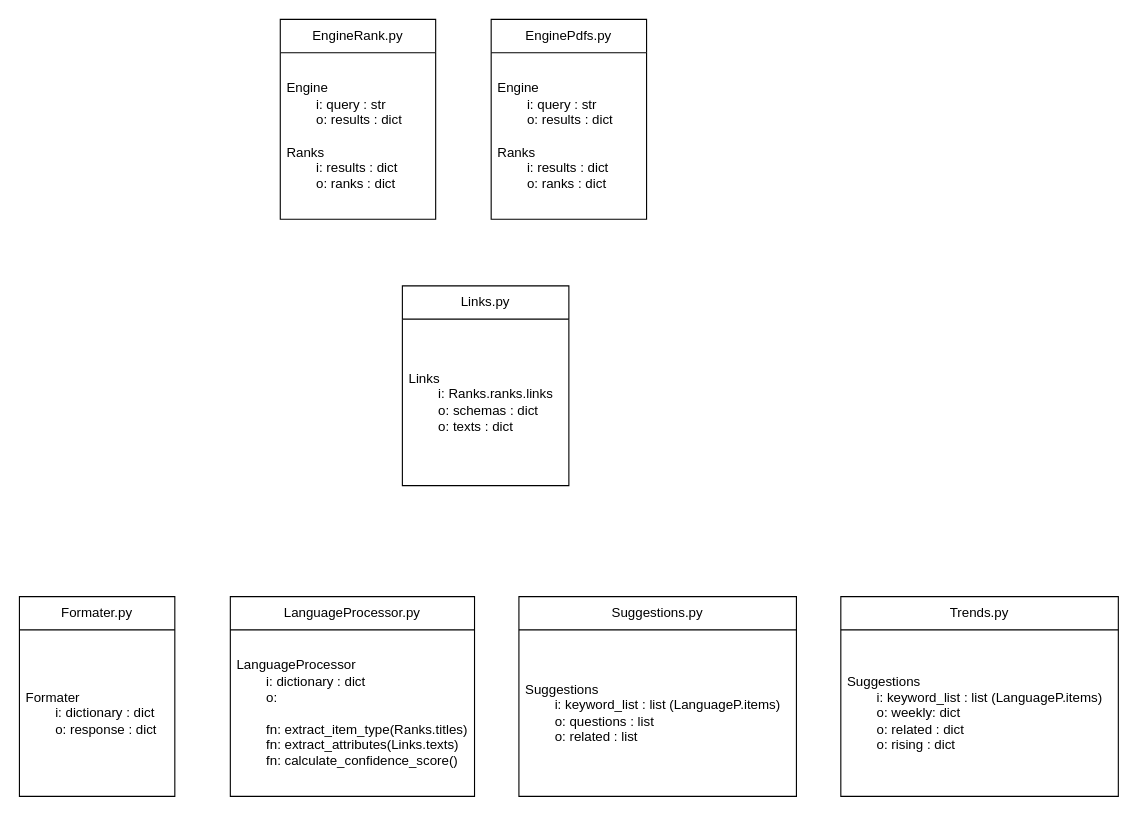
Earlier version of the draw.io diagram docs/Produkter-v1.drawio (VanAltrades/produkter). Source tidied: cells renumbered, new cells numbered last; positions are measured from the earlier drawing's top-left corner, leaving out a move shared by most shapes. Both pictures are drawn from the tidied source at 111%, with x=0, y=0 at pixel (19, 19).
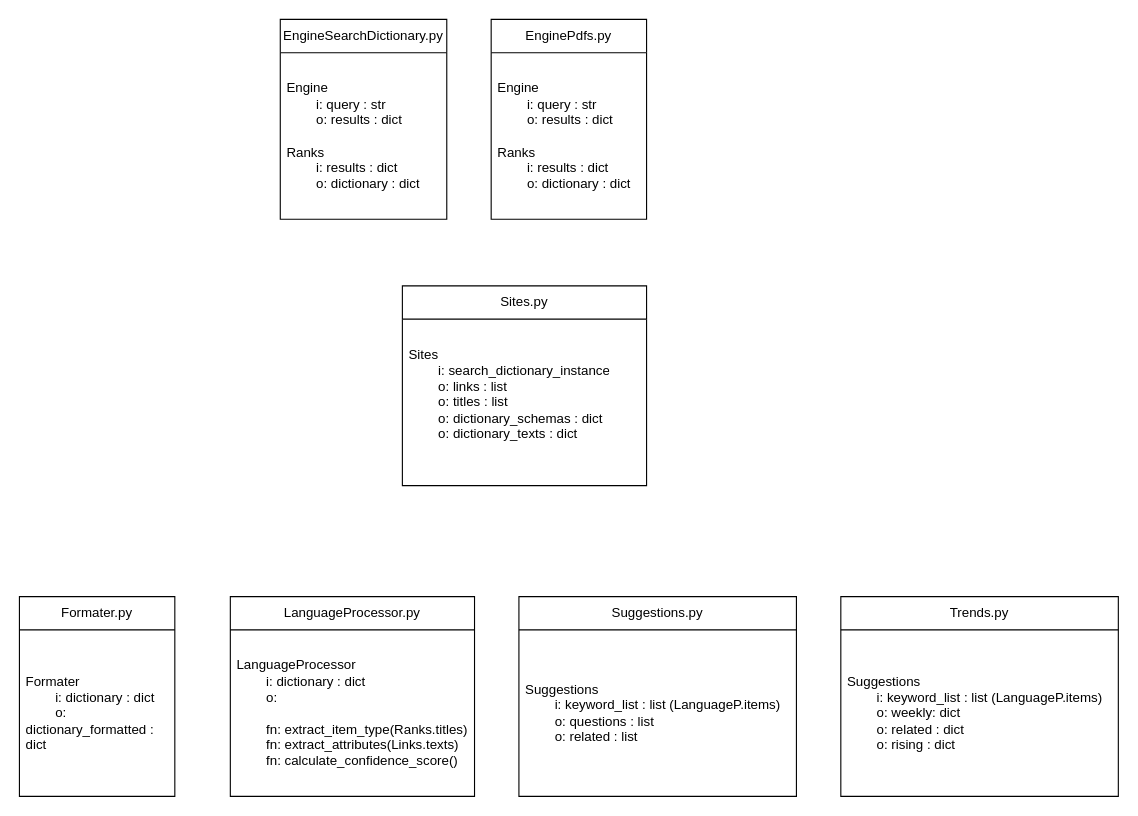
After the change.

What changed in the source:
```diff
@@
 <mxGraphModel>
   <root>
     <mxCell id="0" />
     <mxCell id="1" parent="0" />
-    <mxCell id="2" value="EngineRank.py" style="swimlane;fontStyle=0;horizontal=1;startSize=30;whiteSpace=wrap;html=1;" parent="1" vertex="1">
-      <mxGeometry x="235" width="140" height="180" as="geometry" />
+    <mxCell id="2" value="EngineSearchDictionary.py" style="swimlane;fontStyle=0;horizontal=1;startSize=30;whiteSpace=wrap;html=1;" parent="1" vertex="1">
+      <mxGeometry x="235" width="150" height="180" as="geometry" />
     </mxCell>
-    <mxCell id="3" value="Engine&lt;br&gt;&lt;span style=&quot;white-space: pre;&quot;&gt;&#9;&lt;/span&gt;i: query : str&lt;br&gt;&lt;span style=&quot;white-space: pre;&quot;&gt;&#9;&lt;/span&gt;o: results : dict&lt;br&gt;&lt;br&gt;Ranks&lt;br&gt;&lt;span style=&quot;white-space: pre;&quot;&gt;&#9;&lt;/span&gt;i: results : dict&lt;br&gt;&lt;span style=&quot;white-space: pre;&quot;&gt;&#9;&lt;/span&gt;o: ranks : dict" style="text;strokeColor=none;fillColor=none;align=left;verticalAlign=middle;spacingLeft=4;spacingRight=4;overflow=hidden;whiteSpace=wrap;html=1;" parent="2" vertex="1">
-      <mxGeometry y="30" width="140" height="150" as="geometry" />
+    <mxCell id="3" value="Engine&lt;br&gt;&lt;span style=&quot;white-space: pre;&quot;&gt;&#9;&lt;/span&gt;i: query : str&lt;br&gt;&lt;span style=&quot;white-space: pre;&quot;&gt;&#9;&lt;/span&gt;o: results : dict&lt;br&gt;&lt;br&gt;Ranks&lt;br&gt;&lt;span style=&quot;white-space: pre;&quot;&gt;&#9;&lt;/span&gt;i: results : dict&lt;br&gt;&lt;span style=&quot;white-space: pre;&quot;&gt;&#9;&lt;/span&gt;o: dictionary : dict" style="text;strokeColor=none;fillColor=none;align=left;verticalAlign=middle;spacingLeft=4;spacingRight=4;overflow=hidden;whiteSpace=wrap;html=1;" parent="2" vertex="1">
+      <mxGeometry y="30" width="150" height="150" as="geometry" />
     </mxCell>
-    <mxCell id="4" value="Links.py" style="swimlane;fontStyle=0;horizontal=1;startSize=30;whiteSpace=wrap;html=1;" parent="1" vertex="1">
-      <mxGeometry x="345" y="240" width="150" height="180" as="geometry" />
+    <mxCell id="4" value="Sites.py" style="swimlane;fontStyle=0;horizontal=1;startSize=30;whiteSpace=wrap;html=1;" parent="1" vertex="1">
+      <mxGeometry x="345" y="240" width="220" height="180" as="geometry" />
     </mxCell>
-    <mxCell id="5" value="Links&lt;br&gt;&lt;span style=&quot;white-space: pre;&quot;&gt;&#9;&lt;/span&gt;i: Ranks.ranks.links&lt;br&gt;&lt;span style=&quot;white-space: pre;&quot;&gt;&#9;&lt;/span&gt;o: schemas : dict&lt;br&gt;&lt;span style=&quot;white-space: pre;&quot;&gt;&#9;&lt;/span&gt;o: texts : dict" style="text;strokeColor=none;fillColor=none;align=left;verticalAlign=middle;spacingLeft=4;spacingRight=4;overflow=hidden;whiteSpace=wrap;html=1;" parent="4" vertex="1">
-      <mxGeometry y="30" width="150" height="150" as="geometry" />
+    <mxCell id="5" value="Sites&lt;br&gt;&lt;span style=&quot;white-space: pre;&quot;&gt;&#9;&lt;/span&gt;i: search_dictionary_instance&lt;br&gt;&lt;span style=&quot;white-space: pre;&quot;&gt;&#9;&lt;/span&gt;o: links : list&lt;br&gt;&lt;span style=&quot;white-space: pre;&quot;&gt;&#9;&lt;/span&gt;o: titles : list&lt;br&gt;&lt;span style=&quot;white-space: pre;&quot;&gt;&#9;&lt;/span&gt;o: dictionary_schemas : dict&lt;br&gt;&lt;span style=&quot;white-space: pre;&quot;&gt;&#9;&lt;/span&gt;o: dictionary_texts : dict&lt;br&gt;&lt;span style=&quot;white-space: pre;&quot;&gt;&#9;&lt;/span&gt;" style="text;strokeColor=none;fillColor=none;align=left;verticalAlign=middle;spacingLeft=4;spacingRight=4;overflow=hidden;whiteSpace=wrap;html=1;" parent="4" vertex="1">
+      <mxGeometry y="30" width="220" height="150" as="geometry" />
     </mxCell>
     <mxCell id="6" value="Formater.py" style="swimlane;fontStyle=0;horizontal=1;startSize=30;whiteSpace=wrap;html=1;" parent="1" vertex="1">
       <mxGeometry y="520" width="140" height="180" as="geometry" />
     </mxCell>
-    <mxCell id="7" value="Formater&lt;br&gt;&lt;span style=&quot;white-space: pre;&quot;&gt;&#9;&lt;/span&gt;i: dictionary : dict&lt;br&gt;&lt;span style=&quot;white-space: pre;&quot;&gt;&#9;&lt;/span&gt;o: response : dict" style="text;strokeColor=none;fillColor=none;align=left;verticalAlign=middle;spacingLeft=4;spacingRight=4;overflow=hidden;whiteSpace=wrap;html=1;" parent="6" vertex="1">
+    <mxCell id="7" value="Formater&lt;br&gt;&lt;span style=&quot;white-space: pre;&quot;&gt;&#9;&lt;/span&gt;i: dictionary : dict&lt;br&gt;&lt;span style=&quot;white-space: pre;&quot;&gt;&#9;&lt;/span&gt;o: dictionary_formatted : dict" style="text;strokeColor=none;fillColor=none;align=left;verticalAlign=middle;spacingLeft=4;spacingRight=4;overflow=hidden;whiteSpace=wrap;html=1;" parent="6" vertex="1">
       <mxGeometry y="30" width="140" height="150" as="geometry" />
     </mxCell>
     <mxCell id="8" value="LanguageProcessor.py" style="swimlane;fontStyle=0;horizontal=1;startSize=30;whiteSpace=wrap;html=1;" parent="1" vertex="1">
       <mxGeometry x="190" y="520" width="220" height="180" as="geometry" />
     </mxCell>
     <mxCell id="9" value="LanguageProcessor&lt;br&gt;&lt;span style=&quot;white-space: pre;&quot;&gt;&#9;&lt;/span&gt;i: dictionary : dict&lt;br&gt;&lt;span style=&quot;white-space: pre;&quot;&gt;&#9;&lt;/span&gt;o:&amp;nbsp;&lt;br&gt;&lt;br&gt;&lt;span style=&quot;white-space: pre;&quot;&gt;&#9;&lt;/span&gt;fn: extract_item_type(Ranks.titles)&lt;br&gt;&lt;span style=&quot;white-space: pre;&quot;&gt;&#9;&lt;/span&gt;fn: extract_attributes(Links.texts)&lt;br&gt;&lt;span style=&quot;white-space: pre;&quot;&gt;&#9;&lt;/span&gt;fn: calculate_confidence_score()" style="text;strokeColor=none;fillColor=none;align=left;verticalAlign=middle;spacingLeft=4;spacingRight=4;overflow=hidden;whiteSpace=wrap;html=1;" parent="8" vertex="1">
       <mxGeometry y="30" width="220" height="150" as="geometry" />
     </mxCell>
     <mxCell id="10" value="Suggestions.py" style="swimlane;fontStyle=0;horizontal=1;startSize=30;whiteSpace=wrap;html=1;" parent="1" vertex="1">
       <mxGeometry x="450" y="520" width="250" height="180" as="geometry" />
     </mxCell>
     <mxCell id="11" value="Suggestions&lt;br&gt;&lt;span style=&quot;white-space: pre;&quot;&gt;&#9;&lt;/span&gt;i: keyword_list : list (LanguageP.items)&lt;br&gt;&lt;span style=&quot;white-space: pre;&quot;&gt;&#9;&lt;/span&gt;o: questions : list&lt;br&gt;&lt;span style=&quot;white-space: pre;&quot;&gt;&#9;&lt;/span&gt;o: related : list" style="text;strokeColor=none;fillColor=none;align=left;verticalAlign=middle;spacingLeft=4;spacingRight=4;overflow=hidden;whiteSpace=wrap;html=1;" parent="10" vertex="1">
       <mxGeometry y="30" width="250" height="150" as="geometry" />
     </mxCell>
     <mxCell id="12" value="Trends.py" style="swimlane;fontStyle=0;horizontal=1;startSize=30;whiteSpace=wrap;html=1;" parent="1" vertex="1">
       <mxGeometry x="740" y="520" width="250" height="180" as="geometry" />
     </mxCell>
     <mxCell id="13" value="Suggestions&lt;br&gt;&lt;span style=&quot;&quot;&gt;&#9;&lt;/span&gt;&lt;span style=&quot;white-space: pre;&quot;&gt;&#9;&lt;/span&gt;i: keyword_list : list (LanguageP.items)&lt;br&gt;&lt;span style=&quot;&quot;&gt;&#9;&lt;/span&gt;&lt;span style=&quot;white-space: pre;&quot;&gt;&#9;&lt;/span&gt;o: weekly: dict&lt;br&gt;&lt;span style=&quot;&quot;&gt;&#9;&lt;/span&gt;&lt;span style=&quot;white-space: pre;&quot;&gt;&#9;&lt;/span&gt;o: related : dict&lt;br&gt;&lt;span style=&quot;white-space: pre;&quot;&gt;&#9;&lt;/span&gt;o: rising : dict" style="text;strokeColor=none;fillColor=none;align=left;verticalAlign=middle;spacingLeft=4;spacingRight=4;overflow=hidden;whiteSpace=wrap;html=1;" parent="12" vertex="1">
       <mxGeometry y="30" width="250" height="150" as="geometry" />
     </mxCell>
     <mxCell id="14" value="EnginePdfs.py" style="swimlane;fontStyle=0;horizontal=1;startSize=30;whiteSpace=wrap;html=1;" parent="1" vertex="1">
       <mxGeometry x="425" width="140" height="180" as="geometry" />
     </mxCell>
-    <mxCell id="15" value="Engine&lt;br&gt;&lt;span style=&quot;white-space: pre;&quot;&gt;&#9;&lt;/span&gt;i: query : str&lt;br&gt;&lt;span style=&quot;white-space: pre;&quot;&gt;&#9;&lt;/span&gt;o: results : dict&lt;br&gt;&lt;br&gt;Ranks&lt;br&gt;&lt;span style=&quot;white-space: pre;&quot;&gt;&#9;&lt;/span&gt;i: results : dict&lt;br&gt;&lt;span style=&quot;white-space: pre;&quot;&gt;&#9;&lt;/span&gt;o: ranks : dict" style="text;strokeColor=none;fillColor=none;align=left;verticalAlign=middle;spacingLeft=4;spacingRight=4;overflow=hidden;whiteSpace=wrap;html=1;" parent="14" vertex="1">
+    <mxCell id="15" value="Engine&lt;br&gt;&lt;span style=&quot;white-space: pre;&quot;&gt;&#9;&lt;/span&gt;i: query : str&lt;br&gt;&lt;span style=&quot;white-space: pre;&quot;&gt;&#9;&lt;/span&gt;o: results : dict&lt;br&gt;&lt;br&gt;Ranks&lt;br&gt;&lt;span style=&quot;white-space: pre;&quot;&gt;&#9;&lt;/span&gt;i: results : dict&lt;br&gt;&lt;span style=&quot;white-space: pre;&quot;&gt;&#9;&lt;/span&gt;o: dictionary : dict" style="text;strokeColor=none;fillColor=none;align=left;verticalAlign=middle;spacingLeft=4;spacingRight=4;overflow=hidden;whiteSpace=wrap;html=1;" parent="14" vertex="1">
       <mxGeometry y="30" width="140" height="150" as="geometry" />
     </mxCell>
   </root>
 </mxGraphModel>
```
